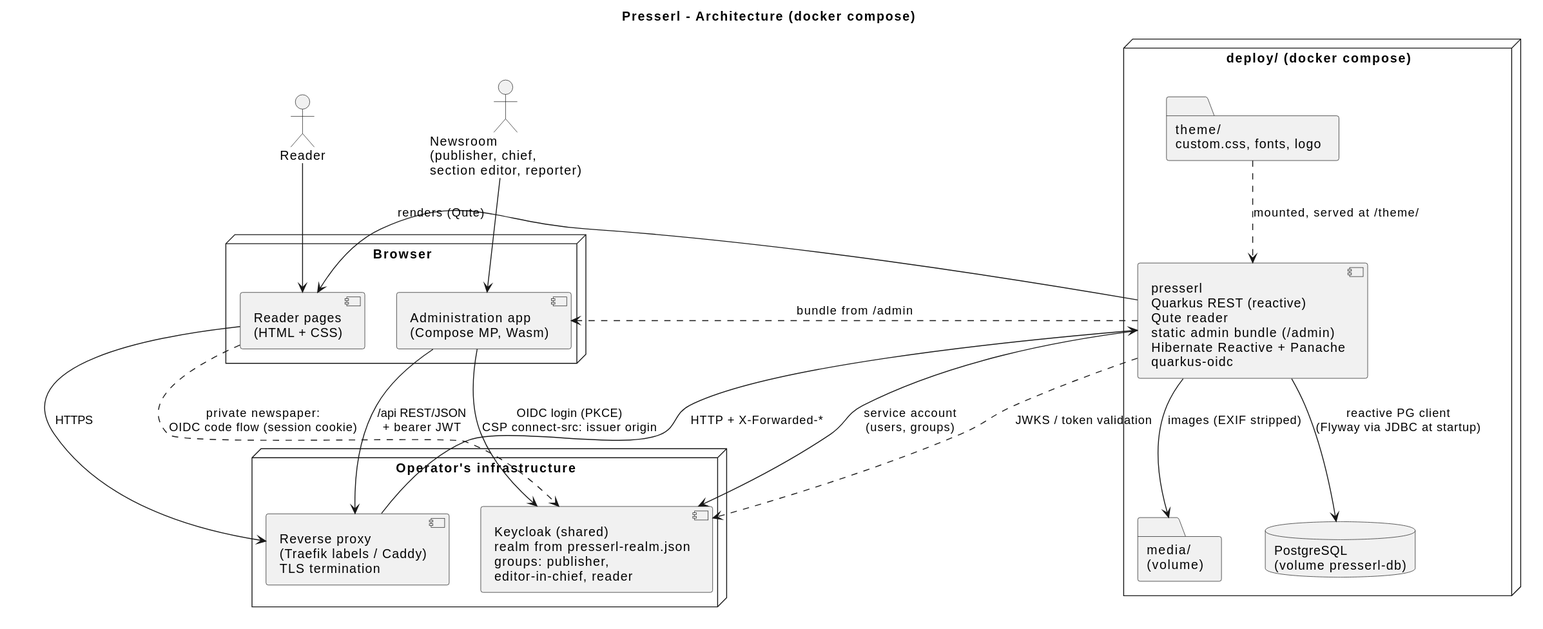
This is docs/diagrams/architecture.svg from UnterrainerInformatik/presserl, a PlantUML export, as it was before one commit.
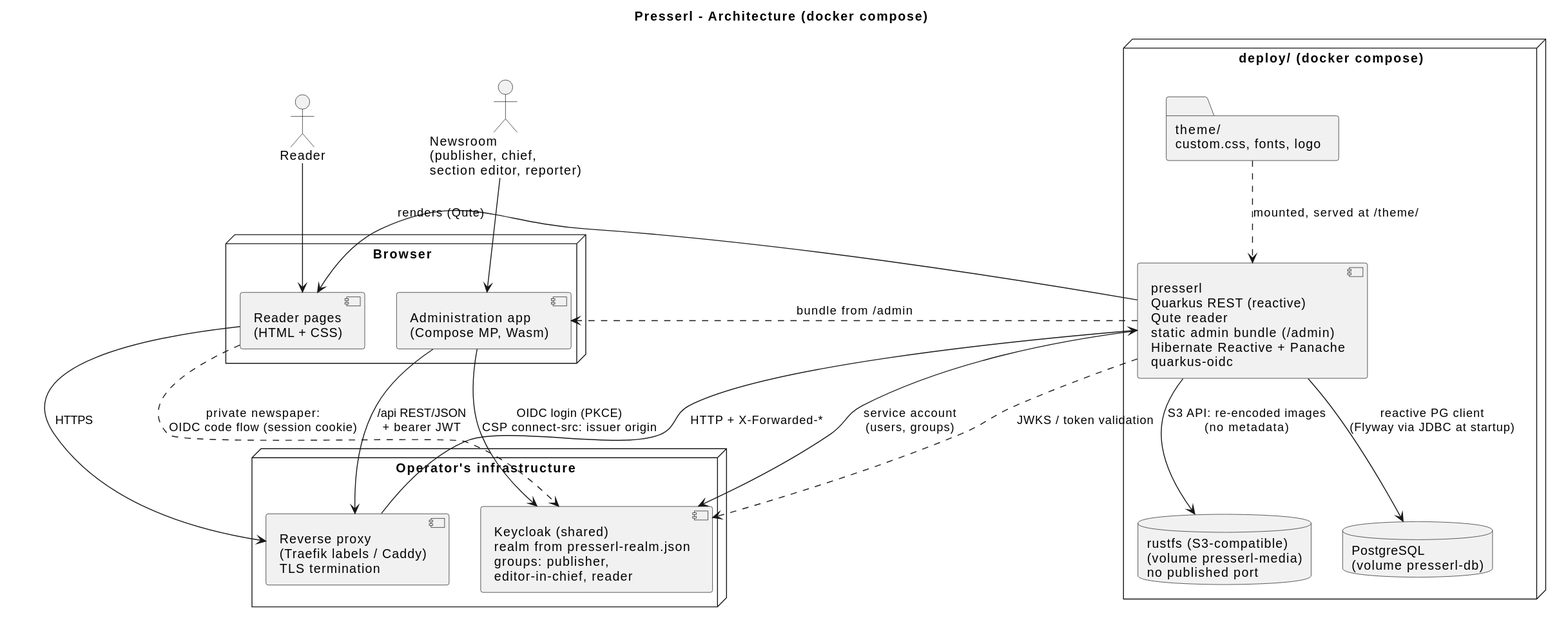
Later version of the same file.

The edit, as a diff of the source:
```diff
@@ -17,7 +17,7 @@
   component "presserl\nQuarkus REST (reactive)\nQute reader\nstatic admin bundle (/admin)\nHibernate Reactive + Panache\nquarkus-oidc" as srv
   folder "theme/\ncustom.css, fonts, logo" as theme
   database "PostgreSQL\n(volume presserl-db)" as db
-  folder "media/\n(volume)" as media
+  database "rustfs (S3-compatible)\n(volume presserl-media)\nno published port" as media
 }
 
 reader --> html
@@ -33,5 +33,5 @@
 srv --> kc : service account\n(users, groups)
 srv ..> kc : JWKS / token validation
 srv --> db : reactive PG client\n(Flyway via JDBC at startup)
-srv --> media : images (EXIF stripped)
+srv --> media : S3 API: re-encoded images\n(no metadata)
 @enduml
```
